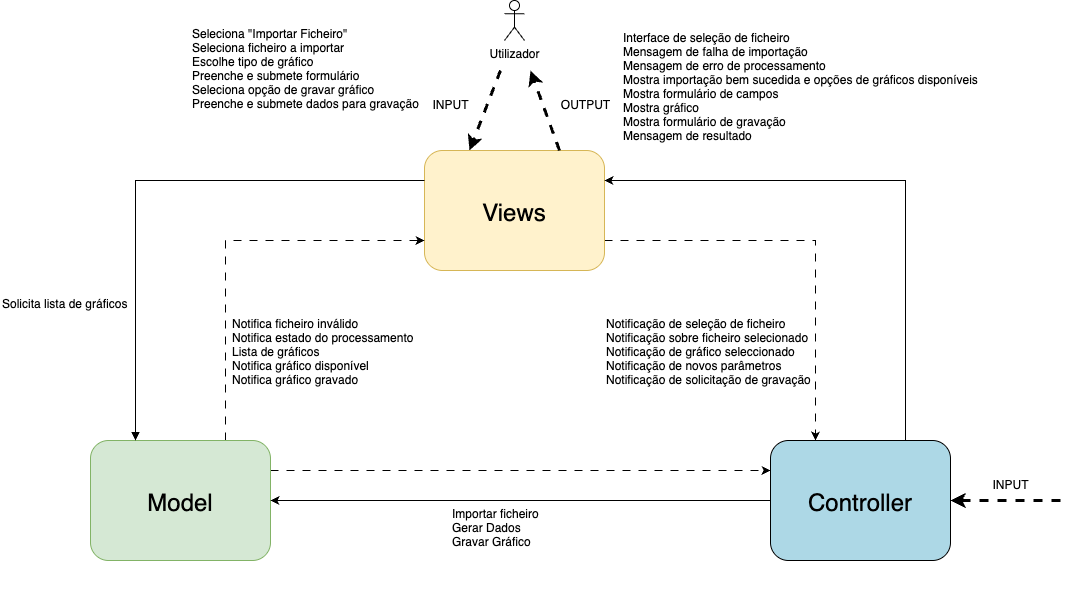
The draw.io diagram Diagramas/component_diagram_CG.png in catiafsantos/UAb_LDS_Grupo10_ChalkPowder, before a commit. Source tidied: cells renumbered, new cells last; positions are measured from the earlier drawing's top-left corner, leaving out a move shared by most shapes. Source of this version:
```xml
<mxGraphModel>
  <root>
    <mxCell id="0" />
    <mxCell id="1" parent="0" />
    <mxCell id="2" style="edgeStyle=orthogonalEdgeStyle;rounded=0;jettySize=auto;html=1;exitX=1;exitY=0.75;exitDx=0;exitDy=0;entryX=0.25;entryY=0;entryDx=0;entryDy=0;dashed=1;dashPattern=8 8;" parent="1" edge="1" source="3" target="7">
      <mxGeometry relative="1" as="geometry" />
    </mxCell>
    <mxCell id="3" value="Views" style="rounded=1;fillColor=#fff2cc;strokeColor=#d6b656;fontSize=24;" parent="1" vertex="1">
      <mxGeometry x="424" y="150" width="180" height="120" as="geometry" />
    </mxCell>
    <mxCell id="4" style="edgeStyle=orthogonalEdgeStyle;rounded=0;jettySize=auto;html=1;exitX=0.75;exitY=0;exitDx=0;exitDy=0;entryX=0;entryY=0.75;entryDx=0;entryDy=0;dashed=1;dashPattern=8 8;" parent="1" edge="1" source="6" target="3">
      <mxGeometry relative="1" as="geometry" />
    </mxCell>
    <mxCell id="5" style="edgeStyle=orthogonalEdgeStyle;rounded=0;jettySize=auto;html=1;exitX=1;exitY=0.25;exitDx=0;exitDy=0;entryX=0;entryY=0.25;entryDx=0;entryDy=0;dashed=1;dashPattern=8 8;" parent="1" edge="1" source="6" target="7">
      <mxGeometry relative="1" as="geometry" />
    </mxCell>
    <mxCell id="6" value="Model" style="rounded=1;fillColor=#d5e8d4;strokeColor=#82b366;fontSize=24;" parent="1" vertex="1">
      <mxGeometry x="90" y="440" width="180" height="120" as="geometry" />
    </mxCell>
    <mxCell id="7" value="Controller" style="rounded=1;fillColor=#ADD8E6;fontSize=24;" parent="1" vertex="1">
      <mxGeometry x="770" y="440" width="180" height="120" as="geometry" />
    </mxCell>
    <mxCell id="8" style="startArrow=none;startFill=0;exitX=0;exitY=0.5;exitDx=0;exitDy=0;" parent="1" edge="1" source="7" target="6">
      <mxGeometry relative="1" as="geometry" />
    </mxCell>
    <mxCell id="9" style="endArrow=classic;html=1;rounded=0;strokeWidth=3;dashed=1;" parent="1" edge="1">
      <mxGeometry relative="1" as="geometry">
        <mxPoint x="500" y="70" as="sourcePoint" />
        <mxPoint x="469" y="150" as="targetPoint" />
      </mxGeometry>
    </mxCell>
    <mxCell id="10" value="INPUT" style="text;html=1;align=center;verticalAlign=middle;strokeColor=none;fillColor=none;" parent="1" vertex="1">
      <mxGeometry x="420" y="90" width="60" height="30" as="geometry" />
    </mxCell>
    <mxCell id="11" style="endArrow=classic;html=1;rounded=0;strokeWidth=3;exitX=0.75;exitY=0;exitDx=0;exitDy=0;dashed=1;" parent="1" edge="1" source="3">
      <mxGeometry relative="1" as="geometry">
        <mxPoint x="530" y="70" as="targetPoint" />
      </mxGeometry>
    </mxCell>
    <mxCell id="12" value="OUTPUT" style="text;html=1;align=center;verticalAlign=middle;strokeColor=none;fillColor=none;" parent="1" vertex="1">
      <mxGeometry x="550" y="90" width="70" height="30" as="geometry" />
    </mxCell>
    <mxCell id="13" value="Utilizador" style="shape=umlActor;verticalLabelPosition=bottom;verticalAlign=top;html=1;" parent="1" vertex="1">
      <mxGeometry x="504" width="20" height="40" as="geometry" />
    </mxCell>
    <mxCell id="14" style="endArrow=classic;html=1;rounded=0;exitX=0.75;exitY=0;exitDx=0;exitDy=0;entryX=1;entryY=0.25;entryDx=0;entryDy=0;" parent="1" edge="1" source="7" target="3">
      <mxGeometry relative="1" as="geometry">
        <Array as="points">
          <mxPoint x="905" y="260" />
          <mxPoint x="905" y="180" />
          <mxPoint x="840" y="180" />
        </Array>
      </mxGeometry>
    </mxCell>
    <mxCell id="15" style="endArrow=none;html=1;rounded=0;exitX=0.25;exitY=0;exitDx=0;exitDy=0;entryX=0;entryY=0.25;entryDx=0;entryDy=0;startArrow=block;startFill=1;endFill=1;" parent="1" edge="1" source="6" target="3">
      <mxGeometry relative="1" as="geometry">
        <Array as="points">
          <mxPoint x="135" y="180" />
          <mxPoint x="301" y="180" />
        </Array>
      </mxGeometry>
    </mxCell>
    <mxCell id="16" value="Notifica ficheiro inválido&#10;Notifica estado do processamento&#10;Lista de gráficos&#10;Notifica gráfico disponível&#10;Notifica gráfico gravado" style="text;overflow=hidden;rounded=0;" parent="1" vertex="1">
      <mxGeometry x="230" y="310" width="200" height="90" as="geometry" />
    </mxCell>
    <mxCell id="17" value="Importar ficheiro&#10;Gerar Dados&#10;Gravar Gráfico" style="text;overflow=hidden;rounded=0;" parent="1" vertex="1">
      <mxGeometry x="450" y="500" width="100" height="90" as="geometry" />
    </mxCell>
    <mxCell id="18" value="Notificação de seleção de ficheiro&#10;Notificação sobre ficheiro selecionado&#10;Notificação de gráfico seleccionado&#10;Notificação de novos parâmetros&#10;Notificação de solicitação de gravação" style="text;overflow=hidden;rounded=0;" parent="1" vertex="1">
      <mxGeometry x="604" y="310" width="206" height="90" as="geometry" />
    </mxCell>
    <mxCell id="19" value="&#10;Interface de seleção de ficheiro&#10;Mensagem de falha de importação&#10;Mensagem de erro de processamento&#10;Mostra importação bem sucedida e opções de gráficos disponíveis&#10;Mostra formulário de campos&#10;Mostra gráfico&#10;Mostra formulário de gravação&#10;Mensagem de resultado&#10;" style="text;overflow=hidden;rounded=0;" parent="1" vertex="1">
      <mxGeometry x="621" y="10" width="379" height="140" as="geometry" />
    </mxCell>
    <mxCell id="20" value="Seleciona &quot;Importar Ficheiro&quot;&#10;Seleciona ficheiro a importar&#10;Escolhe tipo de gráfico&#10;Preenche e submete formulário&#10;Seleciona opção de gravar gráfico&#10;Preenche e submete dados para gravação" style="text;overflow=hidden;rounded=0;" parent="1" vertex="1">
      <mxGeometry x="190" y="20" width="241" height="110" as="geometry" />
    </mxCell>
    <mxCell id="21" style="endArrow=classic;html=1;rounded=0;strokeWidth=3;entryX=1;entryY=0.5;entryDx=0;entryDy=0;dashed=1;" parent="1" edge="1" target="7">
      <mxGeometry relative="1" as="geometry">
        <mxPoint x="1060" y="500" as="sourcePoint" />
        <Array as="points">
          <mxPoint x="1010" y="500" />
        </Array>
      </mxGeometry>
    </mxCell>
    <mxCell id="22" value="INPUT" style="text;html=1;align=center;verticalAlign=middle;strokeColor=none;fillColor=none;" parent="1" vertex="1">
      <mxGeometry x="980" y="470" width="60" height="30" as="geometry" />
    </mxCell>
    <mxCell id="23" value="Solicita lista de gráficos" style="text;overflow=hidden;rounded=0;" parent="1" vertex="1">
      <mxGeometry y="290" width="200" height="120" as="geometry" />
    </mxCell>
  </root>
</mxGraphModel>
```
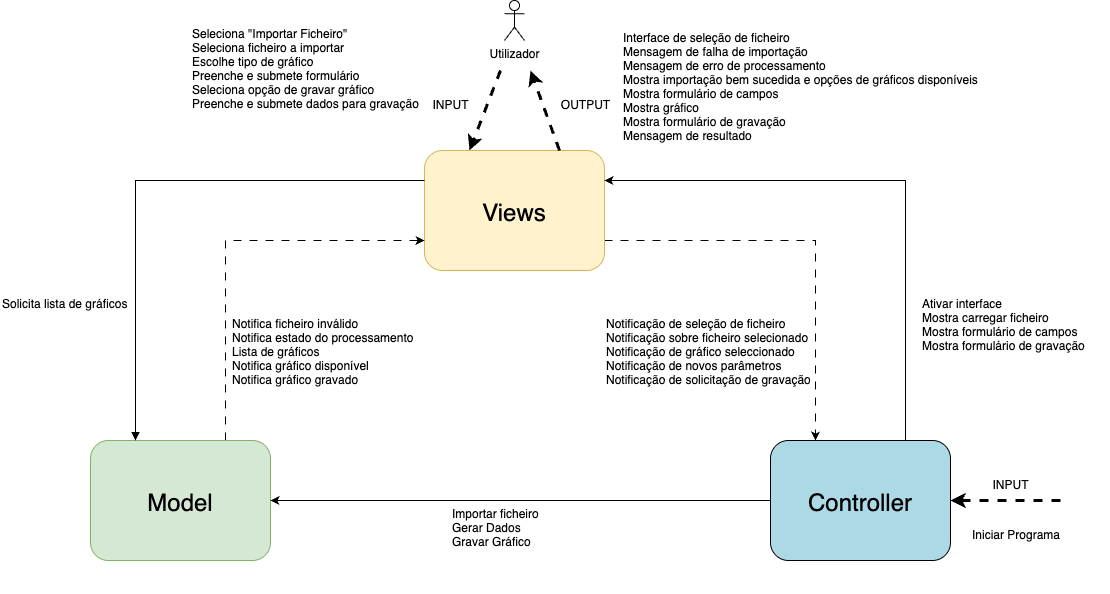
After the commit.

Commit message:
Arrumar diagramas + adicionar relatório

The edit, as a diff of the source:
```diff
@@ -2,48 +2,48 @@
   <root>
     <mxCell id="0" />
     <mxCell id="1" parent="0" />
-    <mxCell id="2" style="edgeStyle=orthogonalEdgeStyle;rounded=0;jettySize=auto;html=1;exitX=1;exitY=0.75;exitDx=0;exitDy=0;entryX=0.25;entryY=0;entryDx=0;entryDy=0;dashed=1;dashPattern=8 8;" parent="1" edge="1" source="3" target="7">
+    <mxCell id="2" style="edgeStyle=orthogonalEdgeStyle;rounded=0;jettySize=auto;html=1;exitX=1;exitY=0.75;exitDx=0;exitDy=0;entryX=0.25;entryY=0;entryDx=0;entryDy=0;dashed=1;dashPattern=8 8;" parent="1" edge="1" source="3" target="6">
       <mxGeometry relative="1" as="geometry" />
     </mxCell>
     <mxCell id="3" value="Views" style="rounded=1;fillColor=#fff2cc;strokeColor=#d6b656;fontSize=24;" parent="1" vertex="1">
       <mxGeometry x="424" y="150" width="180" height="120" as="geometry" />
     </mxCell>
-    <mxCell id="4" style="edgeStyle=orthogonalEdgeStyle;rounded=0;jettySize=auto;html=1;exitX=0.75;exitY=0;exitDx=0;exitDy=0;entryX=0;entryY=0.75;entryDx=0;entryDy=0;dashed=1;dashPattern=8 8;" parent="1" edge="1" source="6" target="3">
+    <mxCell id="4" style="edgeStyle=orthogonalEdgeStyle;rounded=0;jettySize=auto;html=1;exitX=0.75;exitY=0;exitDx=0;exitDy=0;entryX=0;entryY=0.75;entryDx=0;entryDy=0;dashed=1;dashPattern=8 8;" parent="1" edge="1" source="5" target="3">
       <mxGeometry relative="1" as="geometry" />
     </mxCell>
-    <mxCell id="5" style="edgeStyle=orthogonalEdgeStyle;rounded=0;jettySize=auto;html=1;exitX=1;exitY=0.25;exitDx=0;exitDy=0;entryX=0;entryY=0.25;entryDx=0;entryDy=0;dashed=1;dashPattern=8 8;" parent="1" edge="1" source="6" target="7">
-      <mxGeometry relative="1" as="geometry" />
+    <mxCell id="5" value="Model" style="rounded=1;fillColor=#d5e8d4;strokeColor=#82b366;fontSize=24;" parent="1" vertex="1">
+      <mxGeometry x="90" y="440" width="180" height="120" as="geometry" />
     </mxCell>
-    <mxCell id="6" value="Model" style="rounded=1;fillColor=#d5e8d4;strokeColor=#82b366;fontSize=24;" parent="1" vertex="1">
-      <mxGeometry x="90" y="440" width="180" height="120" as="geometry" />
+    <mxCell id="6" value="Controller" style="rounded=1;fillColor=#ADD8E6;fontSize=24;" parent="1" vertex="1">
+      <mxGeometry x="770" y="440" width="180" height="120" as="geometry" />
     </mxCell>
-    <mxCell id="7" value="Controller" style="rounded=1;fillColor=#ADD8E6;fontSize=24;" parent="1" vertex="1">
-      <mxGeometry x="770" y="440" width="180" height="120" as="geometry" />
+    <mxCell id="7" style="startArrow=none;startFill=0;exitX=0;exitY=0.5;exitDx=0;exitDy=0;" parent="1" edge="1" source="6" target="5">
+      <mxGeometry relative="1" as="geometry" />
     </mxCell>
-    <mxCell id="8" style="startArrow=none;startFill=0;exitX=0;exitY=0.5;exitDx=0;exitDy=0;" parent="1" edge="1" source="7" target="6">
-      <mxGeometry relative="1" as="geometry" />
+    <mxCell id="8" style="endArrow=classic;html=1;rounded=0;strokeWidth=3;dashed=1;" parent="1" edge="1">
+      <mxGeometry relative="1" as="geometry">
+        <mxPoint x="500" y="70" as="sourcePoint" />
+        <mxPoint x="469" y="150" as="targetPoint" />
+      </mxGeometry>
     </mxCell>
-    <mxCell id="9" style="endArrow=classic;html=1;rounded=0;strokeWidth=3;dashed=1;" parent="1" edge="1">
-      <mxGeometry relative="1" as="geometry">
-        <mxPoint x="500" y="70" as="sourcePoint" />
-        <mxPoint x="469" y="150" as="targetPoint" />
-      </mxGeometry>
+    <mxCell id="9" value="INPUT" style="text;html=1;align=center;verticalAlign=middle;strokeColor=none;fillColor=none;" parent="1" vertex="1">
+      <mxGeometry x="420" y="90" width="60" height="30" as="geometry" />
     </mxCell>
-    <mxCell id="10" value="INPUT" style="text;html=1;align=center;verticalAlign=middle;strokeColor=none;fillColor=none;" parent="1" vertex="1">
-      <mxGeometry x="420" y="90" width="60" height="30" as="geometry" />
+    <mxCell id="10" style="endArrow=classic;html=1;rounded=0;strokeWidth=3;exitX=0.75;exitY=0;exitDx=0;exitDy=0;dashed=1;" parent="1" edge="1" source="3">
+      <mxGeometry relative="1" as="geometry">
+        <mxPoint x="530" y="70" as="targetPoint" />
+      </mxGeometry>
     </mxCell>
-    <mxCell id="11" style="endArrow=classic;html=1;rounded=0;strokeWidth=3;exitX=0.75;exitY=0;exitDx=0;exitDy=0;dashed=1;" parent="1" edge="1" source="3">
-      <mxGeometry relative="1" as="geometry">
-        <mxPoint x="530" y="70" as="targetPoint" />
-      </mxGeometry>
+    <mxCell id="11" value="OUTPUT" style="text;html=1;align=center;verticalAlign=middle;strokeColor=none;fillColor=none;" parent="1" vertex="1">
+      <mxGeometry x="550" y="90" width="70" height="30" as="geometry" />
     </mxCell>
-    <mxCell id="12" value="OUTPUT" style="text;html=1;align=center;verticalAlign=middle;strokeColor=none;fillColor=none;" parent="1" vertex="1">
-      <mxGeometry x="550" y="90" width="70" height="30" as="geometry" />
+    <mxCell id="12" value="Utilizador" style="shape=umlActor;verticalLabelPosition=bottom;verticalAlign=top;html=1;" parent="1" vertex="1">
+      <mxGeometry x="504" width="20" height="40" as="geometry" />
     </mxCell>
-    <mxCell id="13" value="Utilizador" style="shape=umlActor;verticalLabelPosition=bottom;verticalAlign=top;html=1;" parent="1" vertex="1">
-      <mxGeometry x="504" width="20" height="40" as="geometry" />
+    <mxCell id="13" value="Ativar interface&#10;Mostra carregar ficheiro&#10;Mostra formulário de campos&#10;Mostra formulário de gravação&#10;" style="text;overflow=hidden;rounded=0;" parent="1" vertex="1">
+      <mxGeometry x="920" y="290" width="190" height="100" as="geometry" />
     </mxCell>
-    <mxCell id="14" style="endArrow=classic;html=1;rounded=0;exitX=0.75;exitY=0;exitDx=0;exitDy=0;entryX=1;entryY=0.25;entryDx=0;entryDy=0;" parent="1" edge="1" source="7" target="3">
+    <mxCell id="14" style="endArrow=classic;html=1;rounded=0;exitX=0.75;exitY=0;exitDx=0;exitDy=0;entryX=1;entryY=0.25;entryDx=0;entryDy=0;" parent="1" edge="1" source="6" target="3">
       <mxGeometry relative="1" as="geometry">
         <Array as="points">
           <mxPoint x="905" y="260" />
@@ -52,7 +52,7 @@
         </Array>
       </mxGeometry>
     </mxCell>
-    <mxCell id="15" style="endArrow=none;html=1;rounded=0;exitX=0.25;exitY=0;exitDx=0;exitDy=0;entryX=0;entryY=0.25;entryDx=0;entryDy=0;startArrow=block;startFill=1;endFill=1;" parent="1" edge="1" source="6" target="3">
+    <mxCell id="15" style="endArrow=none;html=1;rounded=0;exitX=0.25;exitY=0;exitDx=0;exitDy=0;entryX=0;entryY=0.25;entryDx=0;entryDy=0;startArrow=block;startFill=1;endFill=1;" parent="1" edge="1" source="5" target="3">
       <mxGeometry relative="1" as="geometry">
         <Array as="points">
           <mxPoint x="135" y="180" />
@@ -75,7 +75,7 @@
     <mxCell id="20" value="Seleciona &quot;Importar Ficheiro&quot;&#10;Seleciona ficheiro a importar&#10;Escolhe tipo de gráfico&#10;Preenche e submete formulário&#10;Seleciona opção de gravar gráfico&#10;Preenche e submete dados para gravação" style="text;overflow=hidden;rounded=0;" parent="1" vertex="1">
       <mxGeometry x="190" y="20" width="241" height="110" as="geometry" />
     </mxCell>
-    <mxCell id="21" style="endArrow=classic;html=1;rounded=0;strokeWidth=3;entryX=1;entryY=0.5;entryDx=0;entryDy=0;dashed=1;" parent="1" edge="1" target="7">
+    <mxCell id="21" style="endArrow=classic;html=1;rounded=0;strokeWidth=3;entryX=1;entryY=0.5;entryDx=0;entryDy=0;dashed=1;" parent="1" edge="1" target="6">
       <mxGeometry relative="1" as="geometry">
         <mxPoint x="1060" y="500" as="sourcePoint" />
         <Array as="points">
@@ -86,8 +86,11 @@
     <mxCell id="22" value="INPUT" style="text;html=1;align=center;verticalAlign=middle;strokeColor=none;fillColor=none;" parent="1" vertex="1">
       <mxGeometry x="980" y="470" width="60" height="30" as="geometry" />
     </mxCell>
-    <mxCell id="23" value="Solicita lista de gráficos" style="text;overflow=hidden;rounded=0;" parent="1" vertex="1">
-      <mxGeometry y="290" width="200" height="120" as="geometry" />
+    <mxCell id="23" value="&lt;h1 style=&quot;margin-top: 0px;&quot;&gt;&lt;span style=&quot;font-size: 12px; font-weight: 400;&quot;&gt;Iniciar Programa&lt;/span&gt;&lt;/h1&gt;" style="text;html=1;whiteSpace=wrap;overflow=hidden;rounded=0;" parent="1" vertex="1">
+      <mxGeometry x="970" y="510" width="110" height="45" as="geometry" />
     </mxCell>
+    <mxCell id="24" value="Solicita lista de gráficos" style="text;overflow=hidden;rounded=0;" parent="1" vertex="1">
+      <mxGeometry y="290" width="200" height="120" as="geometry" />
+    </mxCell>
   </root>
 </mxGraphModel>
```
